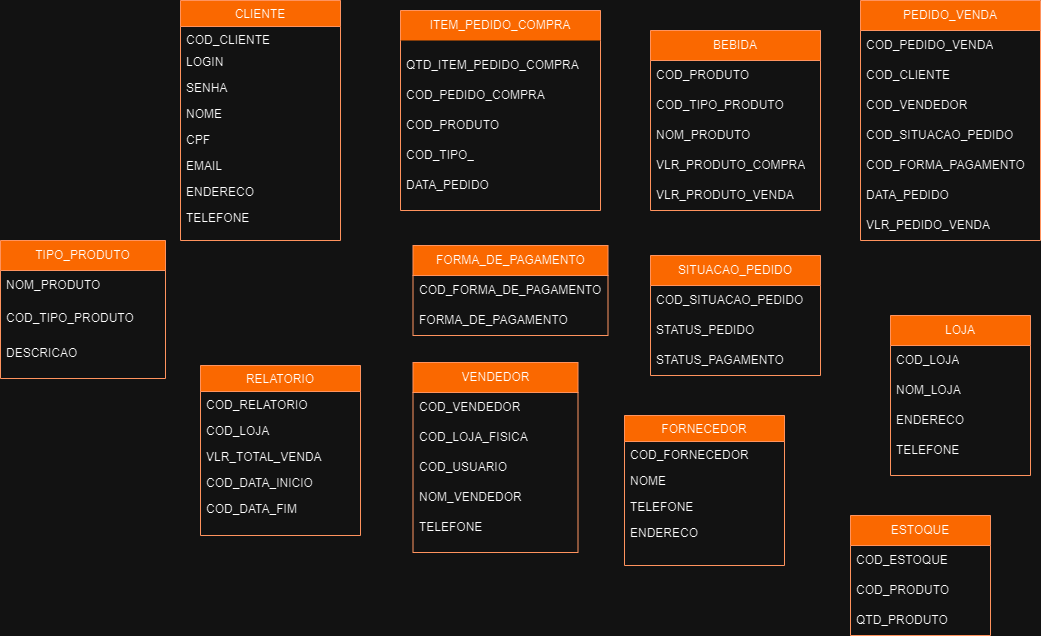
Above: BD.drawio.png in priscila-souza/BD_ZE_DELIVERY (draw.io), before the change. Source tidied: cells renumbered, new cells last; positions are measured from the earlier drawing's top-left corner, leaving out a move shared by most shapes.
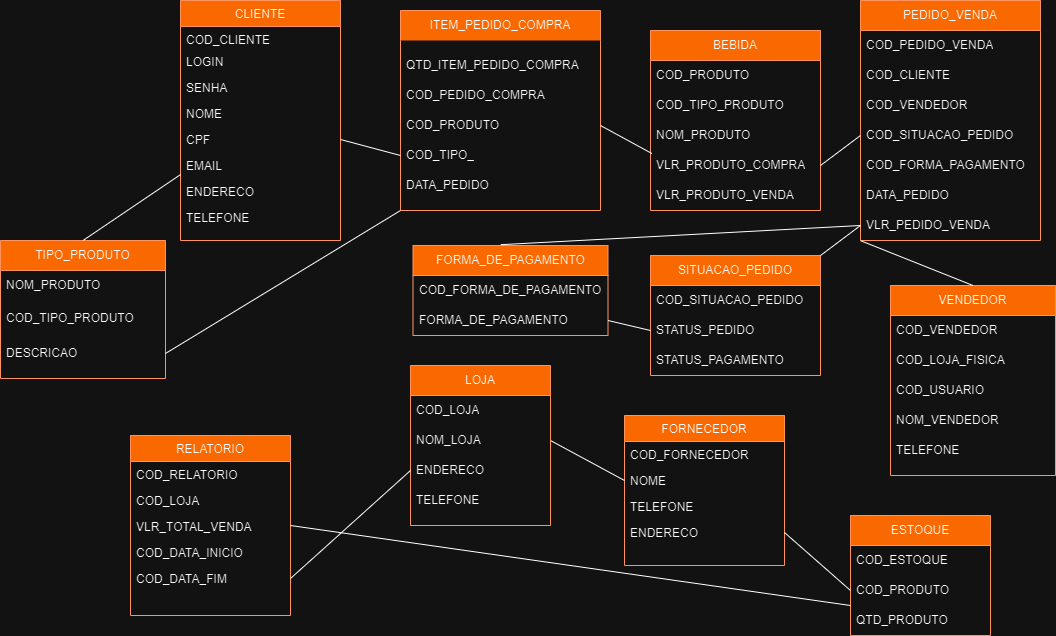
The same file after the commit.

The edit, as a diff of the source:
```diff
@@ -45,7 +45,7 @@
       <mxGeometry y="104" width="160" height="26" as="geometry" />
     </mxCell>
     <mxCell id="16" value="RELATORIO" style="swimlane;fontStyle=0;align=center;verticalAlign=top;horizontal=1;startSize=26;rounded=0;shadow=0;strokeWidth=1;fillColor=#fa6800;fontColor=#000000;strokeColor=#C73500;" parent="1" vertex="1">
-      <mxGeometry x="200" y="365" width="160" height="170" as="geometry" />
+      <mxGeometry x="130" y="435" width="160" height="180" as="geometry" />
     </mxCell>
     <mxCell id="17" value="COD_RELATORIO" style="text;align=left;verticalAlign=top;spacingLeft=4;spacingRight=4;overflow=hidden;" parent="16" vertex="1">
       <mxGeometry y="26" width="160" height="26" as="geometry" />
@@ -147,7 +147,7 @@
       <mxGeometry y="60" width="195" height="30" as="geometry" />
     </mxCell>
     <mxCell id="50" style="group;" parent="1" vertex="1">
-      <mxGeometry x="412.5" y="362" width="165" height="190" as="geometry" />
+      <mxGeometry x="890" y="285" width="165" height="190" as="geometry" />
     </mxCell>
     <mxCell id="51" value="VENDEDOR" style="swimlane;fontStyle=0;horizontal=1;startSize=30;whiteSpace=wrap;html=1;fillColor=#fa6800;fontColor=#000000;strokeColor=#C73500;" parent="50" vertex="1">
       <mxGeometry width="165" height="190" as="geometry" />
@@ -167,21 +167,6 @@
     <mxCell id="56" value="TELEFONE" style="text;strokeColor=none;fillColor=none;align=left;verticalAlign=middle;spacingLeft=4;spacingRight=4;overflow=hidden;whiteSpace=wrap;html=1;" parent="50" vertex="1">
       <mxGeometry y="150" width="165" height="30" as="geometry" />
     </mxCell>
-    <mxCell id="57" value="LOJA" style="swimlane;fontStyle=0;horizontal=1;startSize=30;whiteSpace=wrap;html=1;fillColor=#fa6800;fontColor=#000000;strokeColor=#C73500;" parent="1" vertex="1">
-      <mxGeometry x="890" y="315" width="140" height="160" as="geometry" />
-    </mxCell>
-    <mxCell id="58" value="COD_LOJA" style="text;strokeColor=none;fillColor=none;align=left;verticalAlign=middle;spacingLeft=4;spacingRight=4;overflow=hidden;whiteSpace=wrap;html=1;" parent="1" vertex="1">
-      <mxGeometry x="890" y="345" width="140" height="30" as="geometry" />
-    </mxCell>
-    <mxCell id="59" value="NOM_LOJA" style="text;strokeColor=none;fillColor=none;align=left;verticalAlign=middle;spacingLeft=4;spacingRight=4;overflow=hidden;points=[[0,0.5],[1,0.5]];portConstraint=eastwest;whiteSpace=wrap;html=1;" parent="1" vertex="1">
-      <mxGeometry x="890" y="375" width="140" height="30" as="geometry" />
-    </mxCell>
-    <mxCell id="60" value="ENDERECO" style="text;strokeColor=none;fillColor=none;align=left;verticalAlign=middle;spacingLeft=4;spacingRight=4;overflow=hidden;points=[[0,0.5],[1,0.5]];portConstraint=eastwest;whiteSpace=wrap;html=1;" parent="1" vertex="1">
-      <mxGeometry x="890" y="405" width="140" height="30" as="geometry" />
-    </mxCell>
-    <mxCell id="61" value="TELEFONE" style="text;strokeColor=none;fillColor=none;align=left;verticalAlign=middle;spacingLeft=4;spacingRight=4;overflow=hidden;whiteSpace=wrap;html=1;" parent="1" vertex="1">
-      <mxGeometry x="890" y="435" width="140" height="30" as="geometry" />
-    </mxCell>
     <mxCell id="62" style="group;" parent="1" vertex="1">
       <mxGeometry y="240" width="165" height="138" as="geometry" />
     </mxCell>
@@ -212,5 +197,64 @@
     <mxCell id="71" value="QTD_PRODUTO" style="text;strokeColor=none;fillColor=none;align=left;verticalAlign=middle;spacingLeft=4;spacingRight=4;overflow=hidden;points=[[0,0.5],[1,0.5]];portConstraint=eastwest;whiteSpace=wrap;html=1;" parent="68" vertex="1">
       <mxGeometry y="90" width="140" height="30" as="geometry" />
     </mxCell>
+    <mxCell id="72" style="endArrow=none;html=1;rounded=0;exitX=0.5;exitY=0;exitDx=0;exitDy=0;" parent="1" edge="1" source="63" target="2">
+      <mxGeometry relative="1" as="geometry" />
+    </mxCell>
+    <mxCell id="73" style="endArrow=none;html=1;rounded=0;exitX=1;exitY=0.5;exitDx=0;exitDy=0;entryX=0;entryY=0.5;entryDx=0;entryDy=0;" parent="1" edge="1" source="7" target="37">
+      <mxGeometry relative="1" as="geometry" />
+    </mxCell>
+    <mxCell id="74" style="endArrow=none;html=1;rounded=0;exitX=0;exitY=0.5;exitDx=0;exitDy=0;entryX=1;entryY=0.5;entryDx=0;entryDy=0;" parent="1" edge="1" source="70" target="15">
+      <mxGeometry relative="1" as="geometry" />
+    </mxCell>
+    <mxCell id="75" style="endArrow=none;html=1;rounded=0;entryX=1;entryY=0.5;entryDx=0;entryDy=0;exitX=0;exitY=0.5;exitDx=0;exitDy=0;" parent="1" edge="1" source="13" target="59">
+      <mxGeometry relative="1" as="geometry" />
+    </mxCell>
+    <mxCell id="76" style="endArrow=none;html=1;rounded=0;exitX=0.45;exitY=-0.009;exitDx=0;exitDy=0;exitPerimeter=0;entryX=0;entryY=0.5;entryDx=0;entryDy=0;" parent="1" edge="1" source="47" target="46">
+      <mxGeometry relative="1" as="geometry" />
+    </mxCell>
+    <mxCell id="77" style="endArrow=none;html=1;rounded=0;entryX=0.008;entryY=0.1;entryDx=0;entryDy=0;entryPerimeter=0;" parent="1" edge="1" target="30">
+      <mxGeometry relative="1" as="geometry">
+        <mxPoint x="600" y="125" as="sourcePoint" />
+      </mxGeometry>
+    </mxCell>
+    <mxCell id="78" style="endArrow=none;html=1;rounded=0;entryX=0;entryY=0.5;entryDx=0;entryDy=0;exitX=1;exitY=0.5;exitDx=0;exitDy=0;" parent="1" edge="1" source="30" target="43">
+      <mxGeometry relative="1" as="geometry" />
+    </mxCell>
+    <mxCell id="79" style="endArrow=none;html=1;rounded=0;entryX=1;entryY=0;entryDx=0;entryDy=0;exitX=0;exitY=0.5;exitDx=0;exitDy=0;" parent="1" edge="1" source="46" target="22">
+      <mxGeometry relative="1" as="geometry" />
+    </mxCell>
+    <mxCell id="80" style="endArrow=none;html=1;rounded=0;exitX=0.5;exitY=0;exitDx=0;exitDy=0;entryX=0.001;entryY=1.007;entryDx=0;entryDy=0;entryPerimeter=0;" parent="1" edge="1" source="51" target="46">
+      <mxGeometry relative="1" as="geometry" />
+    </mxCell>
+    <mxCell id="81" style="group;" parent="1" vertex="1">
+      <mxGeometry x="410" y="365" width="160" height="160" as="geometry" />
+    </mxCell>
+    <mxCell id="57" value="LOJA" style="swimlane;fontStyle=0;horizontal=1;startSize=30;whiteSpace=wrap;html=1;fillColor=#fa6800;fontColor=#000000;strokeColor=#C73500;" parent="81" vertex="1">
+      <mxGeometry width="140" height="160" as="geometry" />
+    </mxCell>
+    <mxCell id="58" value="COD_LOJA" style="text;strokeColor=none;fillColor=none;align=left;verticalAlign=middle;spacingLeft=4;spacingRight=4;overflow=hidden;whiteSpace=wrap;html=1;" parent="81" vertex="1">
+      <mxGeometry y="30" width="140" height="30" as="geometry" />
+    </mxCell>
+    <mxCell id="59" value="NOM_LOJA" style="text;strokeColor=none;fillColor=none;align=left;verticalAlign=middle;spacingLeft=4;spacingRight=4;overflow=hidden;points=[[0,0.5],[1,0.5]];portConstraint=eastwest;whiteSpace=wrap;html=1;" parent="81" vertex="1">
+      <mxGeometry y="60" width="140" height="30" as="geometry" />
+    </mxCell>
+    <mxCell id="60" value="ENDERECO" style="text;strokeColor=none;fillColor=none;align=left;verticalAlign=middle;spacingLeft=4;spacingRight=4;overflow=hidden;points=[[0,0.5],[1,0.5]];portConstraint=eastwest;whiteSpace=wrap;html=1;" parent="81" vertex="1">
+      <mxGeometry y="90" width="140" height="30" as="geometry" />
+    </mxCell>
+    <mxCell id="61" value="TELEFONE" style="text;strokeColor=none;fillColor=none;align=left;verticalAlign=middle;spacingLeft=4;spacingRight=4;overflow=hidden;whiteSpace=wrap;html=1;" parent="81" vertex="1">
+      <mxGeometry y="120" width="140" height="30" as="geometry" />
+    </mxCell>
+    <mxCell id="82" style="endArrow=none;html=1;rounded=0;exitX=1;exitY=0.5;exitDx=0;exitDy=0;entryX=0;entryY=0.5;entryDx=0;entryDy=0;" parent="1" edge="1" source="21" target="60">
+      <mxGeometry relative="1" as="geometry" />
+    </mxCell>
+    <mxCell id="83" style="endArrow=none;html=1;rounded=0;entryX=0;entryY=1;entryDx=0;entryDy=0;exitX=1;exitY=0.5;exitDx=0;exitDy=0;" parent="1" edge="1" source="67" target="33">
+      <mxGeometry relative="1" as="geometry" />
+    </mxCell>
+    <mxCell id="84" style="endArrow=none;html=1;rounded=0;entryX=0;entryY=0;entryDx=0;entryDy=0;entryPerimeter=0;exitX=1;exitY=0.5;exitDx=0;exitDy=0;" parent="1" edge="1" source="16" target="71">
+      <mxGeometry relative="1" as="geometry" />
+    </mxCell>
+    <mxCell id="85" style="endArrow=none;html=1;rounded=0;entryX=0;entryY=0.5;entryDx=0;entryDy=0;exitX=1;exitY=0.5;exitDx=0;exitDy=0;" parent="1" edge="1" source="49" target="24">
+      <mxGeometry relative="1" as="geometry" />
+    </mxCell>
   </root>
 </mxGraphModel>
```
